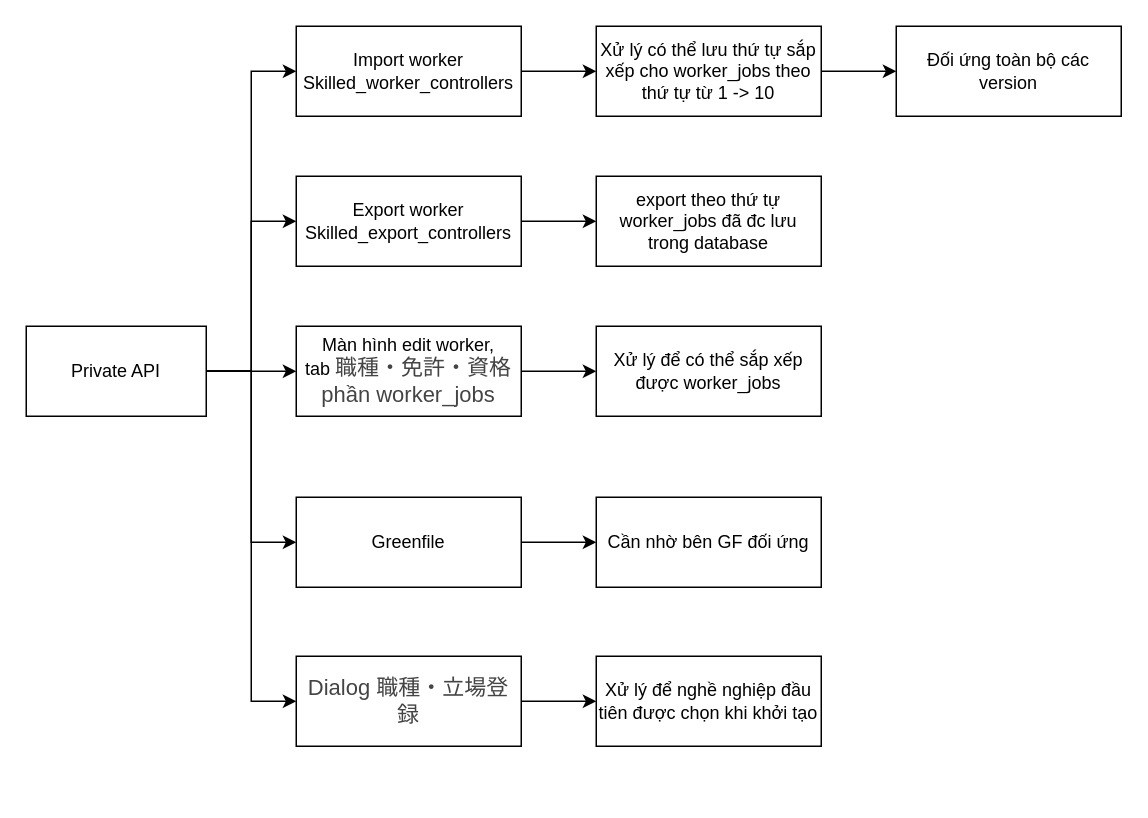
Earlier version of the draw.io diagram page "Grp.4-6" (6 of 8) of Spec tháng 7.drawio (hoangpn256/diagram). Source tidied: cells renumbered, new cells numbered last; positions are measured from the earlier drawing's top-left corner, leaving out a move shared by most shapes. Both pictures are drawn from the tidied source at 150%, with x=0, y=0 at pixel (26, 26).
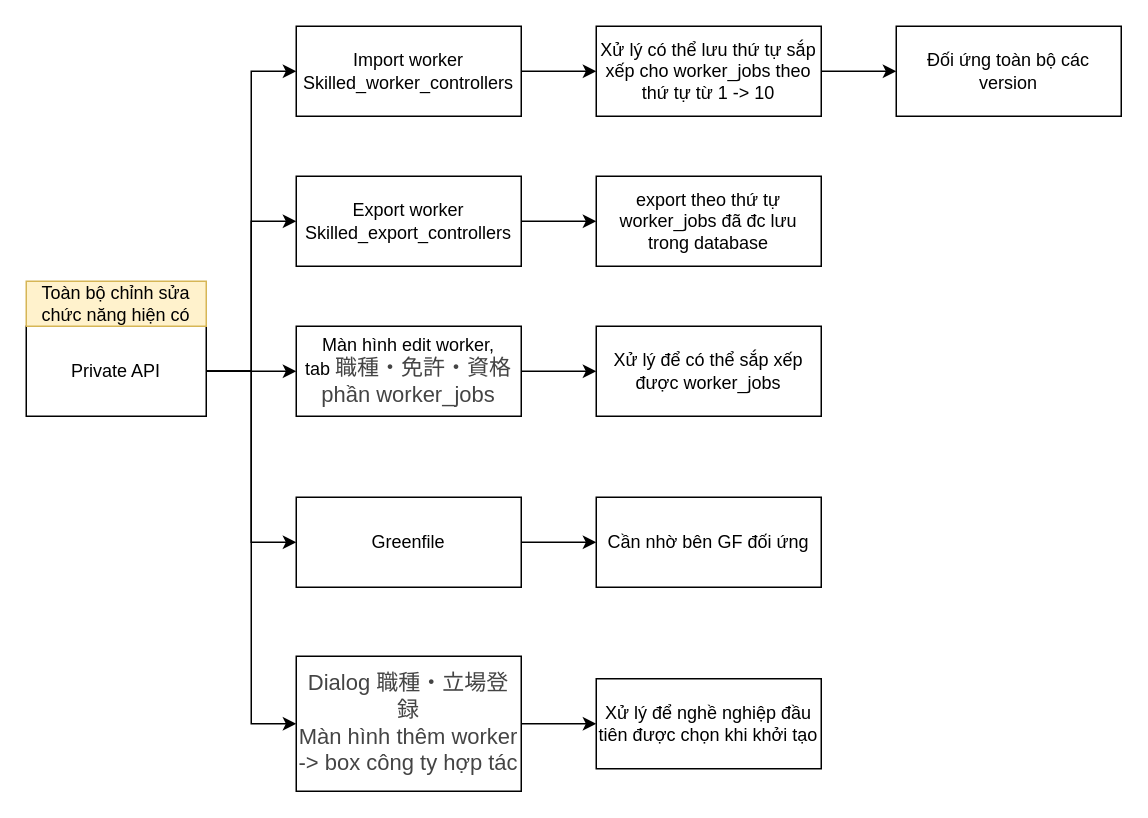
Above is the later version.

Diff of the diagram source:
```diff
@@
-    <mxCell id="23" value="&lt;span style=&quot;color: rgb(68, 68, 68); font-family: Calibri, sans-serif, &amp;quot;Mongolian Baiti&amp;quot;, &amp;quot;Microsoft Yi Baiti&amp;quot;, &amp;quot;Javanese Text&amp;quot;, &amp;quot;Yu Gothic&amp;quot;; font-size: 14.6667px; text-align: left; background-color: rgb(255, 255, 255);&quot;&gt;Dialog 職種・立場登録&lt;/span&gt;" style="rounded=0;whiteSpace=wrap;html=1;" parent="1" vertex="1">
-      <mxGeometry x="180" y="420" width="150" height="60" as="geometry" />
+    <mxCell id="23" value="&lt;span style=&quot;color: rgb(68, 68, 68); font-family: Calibri, sans-serif, &amp;quot;Mongolian Baiti&amp;quot;, &amp;quot;Microsoft Yi Baiti&amp;quot;, &amp;quot;Javanese Text&amp;quot;, &amp;quot;Yu Gothic&amp;quot;; font-size: 14.6667px; text-align: left; background-color: rgb(255, 255, 255);&quot;&gt;Dialog 職種・立場登録&lt;br&gt;Màn hình thêm worker -&amp;gt; box công ty hợp tác&lt;br&gt;&lt;/span&gt;" style="rounded=0;whiteSpace=wrap;html=1;" parent="1" vertex="1">
+      <mxGeometry x="180" y="420" width="150" height="90" as="geometry" />
     </mxCell>
     <mxCell id="24" value="Xử lý để nghề nghiệp đầu tiên được chọn khi khởi tạo" style="rounded=0;whiteSpace=wrap;html=1;" parent="1" vertex="1">
-      <mxGeometry x="380" y="420" width="150" height="60" as="geometry" />
+      <mxGeometry x="380" y="435" width="150" height="60" as="geometry" />
     </mxCell>
+    <mxCell id="25" value="Toàn bộ chỉnh sửa chức năng hiện có" style="text;html=1;strokeColor=#d6b656;fillColor=#fff2cc;align=center;verticalAlign=middle;whiteSpace=wrap;rounded=0;" parent="1" vertex="1">
+      <mxGeometry y="170" width="120" height="30" as="geometry" />
+    </mxCell>
```
